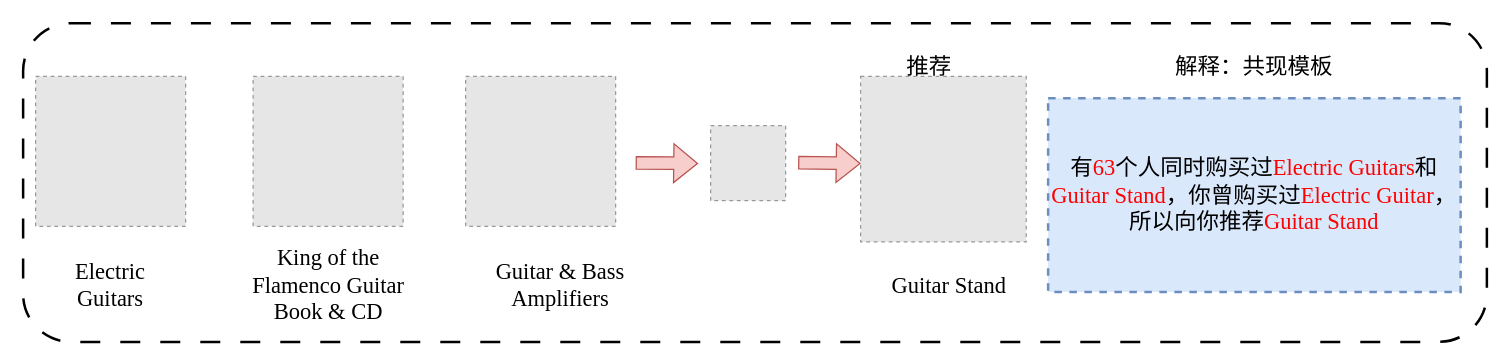
rabbicat30/test keeps this draw.io diagram as 多模态/共现解释示意图.drawio. Above is the earlier version. Source tidied: cells renumbered, new cells numbered last; positions are measured from the earlier drawing's top-left corner, leaving out a move shared by most shapes. Both pictures are drawn from the tidied source at 125%, with x=0, y=0 at pixel (22, 22). Pictures stored in the file or linked from it are replaced by grey dashed boxes.
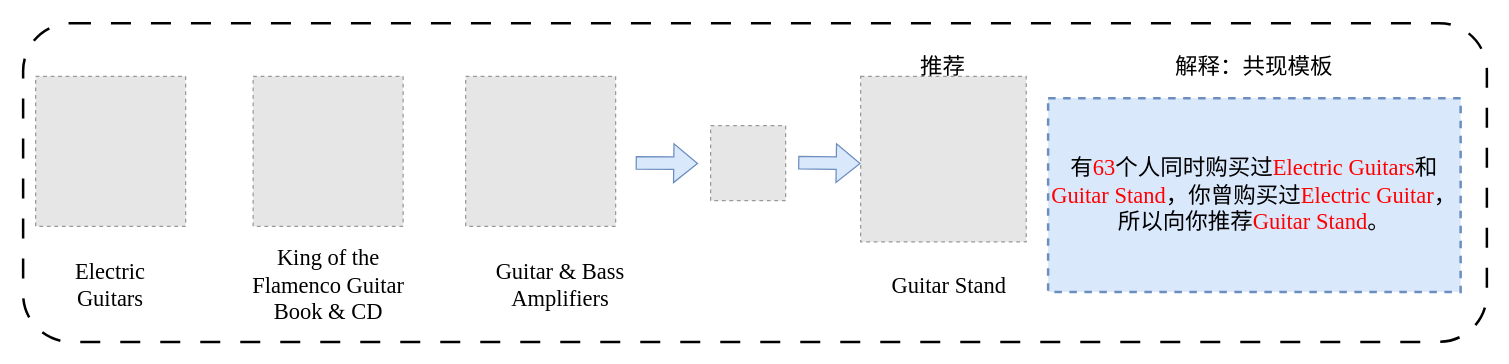
The same diagram, later.

Commit message:
更新共现解释示意图.drawio

Change to the diagram source:
```diff
@@
 <mxGraphModel>
   <root>
     <mxCell id="0" />
     <mxCell id="1" parent="0" />
     <mxCell id="2" style="rounded=1;whiteSpace=wrap;html=1;strokeWidth=2;dashed=1;dashPattern=8 8;" parent="1" vertex="1">
       <mxGeometry width="1171" height="255" as="geometry" />
     </mxCell>
     <mxCell id="3" style="fillColor=#E6E6E6;strokeColor=#999999;dashed=1;verticalLabelPosition=bottom;labelBackgroundColor=default;verticalAlign=top;" parent="1" vertex="1">
       <mxGeometry x="354" y="42.5" width="120" height="120" as="geometry" />
     </mxCell>
     <mxCell id="4" style="fillColor=#E6E6E6;strokeColor=#999999;dashed=1;verticalLabelPosition=bottom;labelBackgroundColor=default;verticalAlign=top;" parent="1" vertex="1">
       <mxGeometry x="184" y="42.5" width="120" height="120" as="geometry" />
     </mxCell>
     <mxCell id="5" style="fillColor=#E6E6E6;strokeColor=#999999;dashed=1;verticalLabelPosition=bottom;labelBackgroundColor=default;verticalAlign=top;" parent="1" vertex="1">
       <mxGeometry x="670" y="42.5" width="132.5" height="132.5" as="geometry" />
     </mxCell>
     <mxCell id="6" style="fillColor=#E6E6E6;strokeColor=#999999;dashed=1;verticalLabelPosition=bottom;labelBackgroundColor=default;verticalAlign=top;" parent="1" vertex="1">
       <mxGeometry x="10" y="42.5" width="120" height="120" as="geometry" />
     </mxCell>
     <mxCell id="7" style="fillColor=#E6E6E6;strokeColor=#999999;dashed=1;verticalLabelPosition=bottom;labelBackgroundColor=default;verticalAlign=top;" parent="1" vertex="1">
       <mxGeometry x="550" y="82" width="60" height="60" as="geometry" />
     </mxCell>
-    <mxCell id="8" style="shape=flexArrow;endArrow=classic;html=1;rounded=0;fillColor=#f8cecc;strokeColor=#b85450;" parent="1" edge="1">
+    <mxCell id="8" style="shape=flexArrow;endArrow=classic;html=1;rounded=0;fillColor=#dae8fc;strokeColor=#6c8ebf;" parent="1" edge="1">
       <mxGeometry relative="1" as="geometry">
         <mxPoint x="490" y="111.7" as="sourcePoint" />
         <mxPoint x="540" y="112.3" as="targetPoint" />
       </mxGeometry>
     </mxCell>
     <mxCell id="9" value="&lt;span style=&quot;font-family: &amp;quot;Times New Roman&amp;quot;; font-size: 18px;&quot;&gt;&lt;font style=&quot;color: rgb(0, 0, 0);&quot;&gt;Electric Guitars&lt;/font&gt;&lt;/span&gt;" style="text;strokeColor=none;align=center;fillColor=none;html=1;verticalAlign=middle;whiteSpace=wrap;rounded=0;" parent="1" vertex="1">
       <mxGeometry x="20" y="195" width="100" height="30" as="geometry" />
     </mxCell>
     <mxCell id="10" value="&lt;font face=&quot;Times New Roman&quot;&gt;&lt;span style=&quot;font-size: 18px;&quot;&gt;King of the Flamenco Guitar Book &amp;amp; CD&lt;/span&gt;&lt;/font&gt;" style="text;strokeColor=none;align=center;fillColor=none;html=1;verticalAlign=middle;whiteSpace=wrap;rounded=0;" parent="1" vertex="1">
       <mxGeometry x="181.5" y="185" width="125" height="50" as="geometry" />
     </mxCell>
     <mxCell id="11" value="&lt;font face=&quot;Times New Roman&quot;&gt;&lt;span style=&quot;font-size: 18px;&quot;&gt;Guitar &amp;amp; Bass Amplifiers&lt;/span&gt;&lt;/font&gt;" style="text;strokeColor=none;align=center;fillColor=none;html=1;verticalAlign=middle;whiteSpace=wrap;rounded=0;" parent="1" vertex="1">
       <mxGeometry x="370" y="185" width="120" height="50" as="geometry" />
     </mxCell>
     <mxCell id="12" value="&lt;span style=&quot;font-size: 18px;&quot;&gt;&lt;font face=&quot;宋体&quot;&gt;推荐&lt;/font&gt;&lt;/span&gt;" style="text;strokeColor=none;align=center;fillColor=none;html=1;verticalAlign=middle;whiteSpace=wrap;rounded=0;" parent="1" vertex="1">
-      <mxGeometry x="690" y="10" width="70" height="50" as="geometry" />
+      <mxGeometry x="701.2" y="10.2" width="70" height="50" as="geometry" />
     </mxCell>
     <mxCell id="13" value="&lt;font face=&quot;宋体&quot;&gt;&lt;span style=&quot;font-size: 18px;&quot;&gt;解释：共现模板&lt;/span&gt;&lt;/font&gt;" style="text;strokeColor=none;align=center;fillColor=none;html=1;verticalAlign=middle;whiteSpace=wrap;rounded=0;" parent="1" vertex="1">
       <mxGeometry x="915" y="21.5" width="140" height="27.5" as="geometry" />
     </mxCell>
-    <mxCell id="14" value="&lt;font style=&quot;font-size: 18px;&quot; face=&quot;宋体&quot;&gt;有&lt;/font&gt;&lt;font style=&quot;font-size: 18px; color: rgb(255, 0, 0);&quot; face=&quot;Times New Roman&quot;&gt;63&lt;/font&gt;&lt;font style=&quot;font-size: 18px;&quot; face=&quot;宋体&quot;&gt;个人同时购买过&lt;/font&gt;&lt;font style=&quot;font-size: 18px; color: rgb(255, 0, 0);&quot; face=&quot;Times New Roman&quot;&gt;Electric Guitars&lt;/font&gt;&lt;font style=&quot;font-size: 18px;&quot; face=&quot;宋体&quot;&gt;和&lt;/font&gt;&lt;font style=&quot;font-size: 18px; color: rgb(255, 0, 0);&quot; face=&quot;Times New Roman&quot;&gt;Guitar Stand&lt;/font&gt;&lt;font style=&quot;font-size: 18px;&quot; face=&quot;宋体&quot;&gt;，你曾购买过&lt;/font&gt;&lt;font style=&quot;font-size: 18px; color: rgb(255, 0, 0);&quot; face=&quot;Times New Roman&quot;&gt;Electric Guitar&lt;/font&gt;&lt;font style=&quot;font-size: 18px;&quot; face=&quot;宋体&quot;&gt;，所以向你推荐&lt;/font&gt;&lt;font style=&quot;font-size: 18px; color: rgb(255, 0, 0);&quot; face=&quot;Times New Roman&quot;&gt;Guitar Stand&lt;/font&gt;" style="rounded=0;whiteSpace=wrap;html=1;fillColor=#dae8fc;strokeColor=#6c8ebf;strokeWidth=2;dashed=1;" parent="1" vertex="1">
+    <mxCell id="14" value="&lt;font style=&quot;font-size: 18px;&quot; face=&quot;宋体&quot;&gt;有&lt;/font&gt;&lt;font style=&quot;font-size: 18px; color: rgb(255, 0, 0);&quot; face=&quot;Times New Roman&quot;&gt;63&lt;/font&gt;&lt;font style=&quot;font-size: 18px;&quot; face=&quot;宋体&quot;&gt;个人同时购买过&lt;/font&gt;&lt;font style=&quot;font-size: 18px; color: rgb(255, 0, 0);&quot; face=&quot;Times New Roman&quot;&gt;Electric Guitars&lt;/font&gt;&lt;font style=&quot;font-size: 18px;&quot; face=&quot;宋体&quot;&gt;和&lt;/font&gt;&lt;font style=&quot;font-size: 18px; color: rgb(255, 0, 0);&quot; face=&quot;Times New Roman&quot;&gt;Guitar Stand&lt;/font&gt;&lt;font style=&quot;font-size: 18px;&quot; face=&quot;宋体&quot;&gt;，你曾购买过&lt;/font&gt;&lt;font style=&quot;font-size: 18px; color: rgb(255, 0, 0);&quot; face=&quot;Times New Roman&quot;&gt;Electric Guitar&lt;/font&gt;&lt;font style=&quot;font-size: 18px;&quot; face=&quot;宋体&quot;&gt;，所以向你推荐&lt;/font&gt;&lt;font style=&quot;font-size: 18px; color: rgb(255, 0, 0);&quot; face=&quot;Times New Roman&quot;&gt;Guitar Stand&lt;/font&gt;&lt;font style=&quot;font-size: 18px; color: rgb(0, 0, 0);&quot; face=&quot;Times New Roman&quot;&gt;。&lt;/font&gt;" style="rounded=0;whiteSpace=wrap;html=1;fillColor=#dae8fc;strokeColor=#6c8ebf;strokeWidth=2;dashed=1;" parent="1" vertex="1">
       <mxGeometry x="820" y="60" width="330" height="155" as="geometry" />
     </mxCell>
-    <mxCell id="15" style="shape=flexArrow;endArrow=classic;html=1;rounded=0;fillColor=#f8cecc;strokeColor=#b85450;" parent="1" edge="1">
+    <mxCell id="15" style="shape=flexArrow;endArrow=classic;html=1;rounded=0;fillColor=#dae8fc;strokeColor=#6c8ebf;" parent="1" edge="1">
       <mxGeometry relative="1" as="geometry">
         <mxPoint x="620" y="111.6" as="sourcePoint" />
         <mxPoint x="670" y="112.3" as="targetPoint" />
       </mxGeometry>
     </mxCell>
     <mxCell id="16" value="&lt;font face=&quot;Times New Roman&quot;&gt;&lt;span style=&quot;font-size: 18px;&quot;&gt;Guitar Stand&lt;/span&gt;&lt;/font&gt;" style="text;strokeColor=none;align=center;fillColor=none;html=1;verticalAlign=middle;whiteSpace=wrap;rounded=0;" parent="1" vertex="1">
       <mxGeometry x="681" y="185" width="120" height="50" as="geometry" />
     </mxCell>
   </root>
 </mxGraphModel>
```
